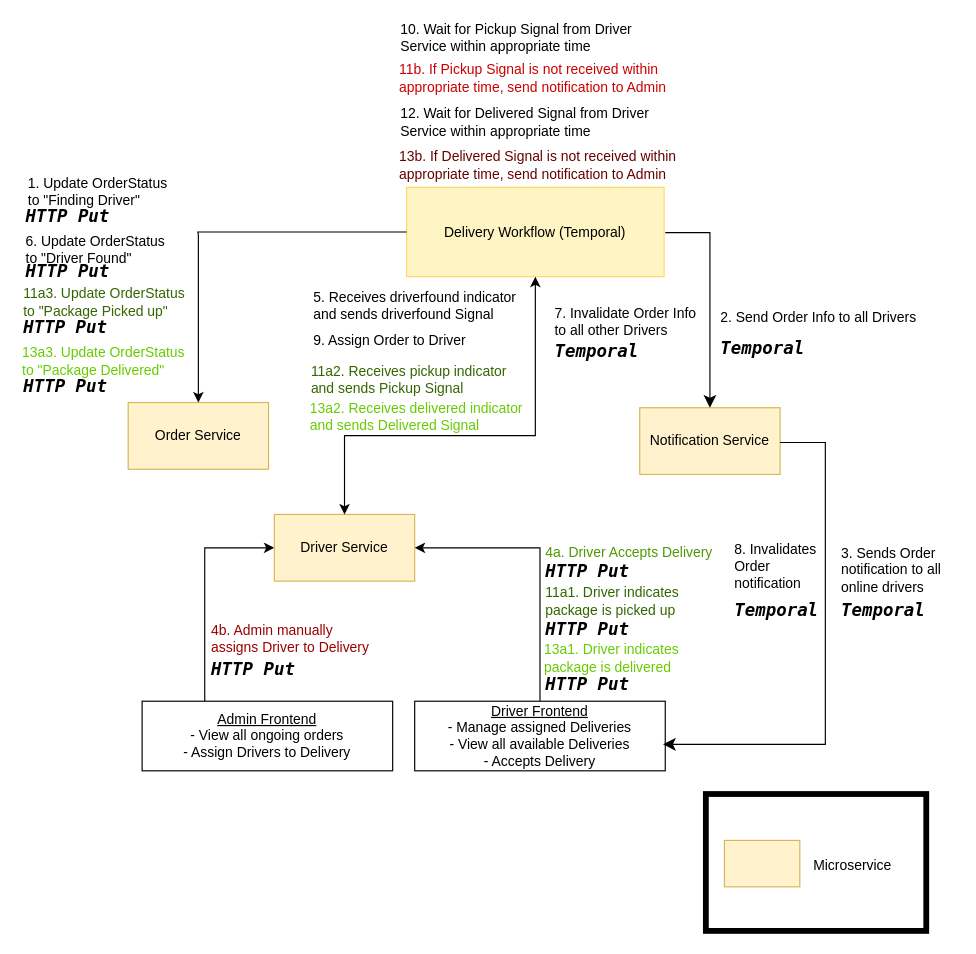
The draw.io diagram diagrams/Scenario3.drawio in darkliyznyanlin910/esd-2425T2, before the edit. Source tidied: cells renumbered, new cells numbered last; positions are measured from the earlier drawing's top-left corner, leaving out a move shared by most shapes. Both pictures are drawn from the tidied source at 116%, with x=0, y=0 at pixel (19, 20).
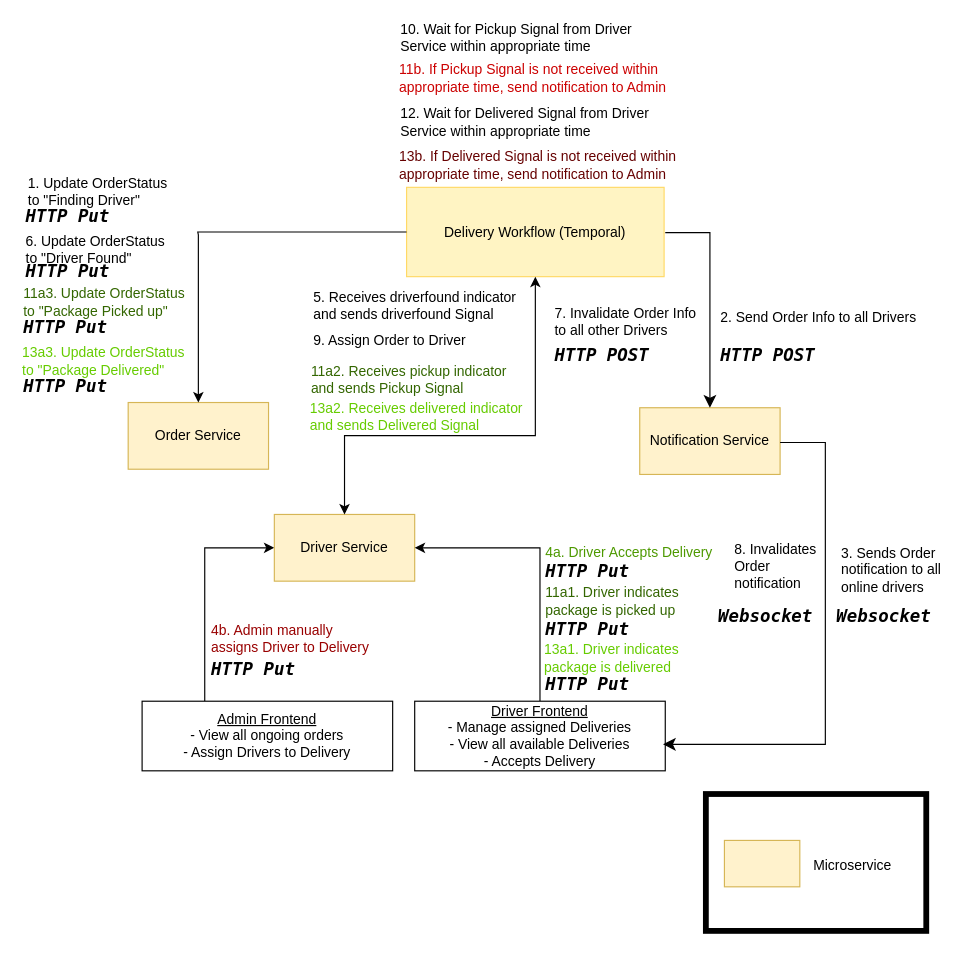
Above is the later version.

What changed in the source:
```diff
@@
-    <mxCell id="34" value="&lt;h5&gt;&lt;font style=&quot;font-size: 15px;&quot; face=&quot;Lucida Console&quot;&gt;&lt;i&gt;Temporal&lt;/i&gt;&lt;/font&gt;&lt;/h5&gt;" style="text;html=1;align=left;verticalAlign=middle;whiteSpace=wrap;rounded=0;" parent="1" vertex="1">
-      <mxGeometry x="707" y="493" width="100" height="30" as="geometry" />
+    <mxCell id="34" value="&lt;h5&gt;&lt;font style=&quot;font-size: 15px;&quot; face=&quot;Lucida Console&quot;&gt;&lt;i&gt;HTTP POST&lt;/i&gt;&lt;/font&gt;&lt;/h5&gt;" style="text;html=1;align=left;verticalAlign=middle;whiteSpace=wrap;rounded=0;" parent="1" vertex="1">
+      <mxGeometry x="603" y="273" width="100" height="30" as="geometry" />
     </mxCell>
-    <mxCell id="35" value="&lt;h5&gt;&lt;font face=&quot;Lucida Console&quot;&gt;&lt;span style=&quot;font-size: 15px;&quot;&gt;&lt;i&gt;Temporal&lt;/i&gt;&lt;/span&gt;&lt;/font&gt;&lt;/h5&gt;" style="text;html=1;align=left;verticalAlign=middle;whiteSpace=wrap;rounded=0;" parent="1" vertex="1">
-      <mxGeometry x="603" y="267" width="100" height="30" as="geometry" />
-    </mxCell>
@@
-    <mxCell id="44" value="&lt;h5&gt;&lt;font face=&quot;Lucida Console&quot;&gt;&lt;span style=&quot;font-size: 15px;&quot;&gt;&lt;i&gt;Temporal&lt;/i&gt;&lt;/span&gt;&lt;/font&gt;&lt;/h5&gt;" style="text;html=1;align=left;verticalAlign=middle;whiteSpace=wrap;rounded=0;" parent="1" vertex="1">
-      <mxGeometry x="460" y="269.5" width="100" height="30" as="geometry" />
-    </mxCell>
-    <mxCell id="45" value="&lt;h5&gt;&lt;font face=&quot;Lucida Console&quot;&gt;&lt;span style=&quot;font-size: 15px;&quot;&gt;&lt;i&gt;Temporal&lt;/i&gt;&lt;/span&gt;&lt;/font&gt;&lt;/h5&gt;" style="text;html=1;align=left;verticalAlign=middle;whiteSpace=wrap;rounded=0;" parent="1" vertex="1">
-      <mxGeometry x="615" y="493" width="100" height="30" as="geometry" />
+    <mxCell id="45" value="&lt;h5&gt;&lt;font face=&quot;Lucida Console&quot;&gt;&lt;span style=&quot;font-size: 15px;&quot;&gt;&lt;i&gt;Websocket&lt;/i&gt;&lt;/span&gt;&lt;/font&gt;&lt;/h5&gt;" style="text;html=1;align=left;verticalAlign=middle;whiteSpace=wrap;rounded=0;" parent="1" vertex="1">
+      <mxGeometry x="601" y="498" width="100" height="30" as="geometry" />
     </mxCell>
@@
+    <mxCell id="49" value="&lt;h5&gt;&lt;font style=&quot;font-size: 15px;&quot; face=&quot;Lucida Console&quot;&gt;&lt;i&gt;HTTP POST&lt;/i&gt;&lt;/font&gt;&lt;/h5&gt;" style="text;html=1;align=left;verticalAlign=middle;whiteSpace=wrap;rounded=0;" parent="1" vertex="1">
+      <mxGeometry x="460" y="273" width="100" height="30" as="geometry" />
+    </mxCell>
+    <mxCell id="50" value="&lt;h5&gt;&lt;font face=&quot;Lucida Console&quot;&gt;&lt;span style=&quot;font-size: 15px;&quot;&gt;&lt;i&gt;Websocket&lt;/i&gt;&lt;/span&gt;&lt;/font&gt;&lt;/h5&gt;" style="text;html=1;align=left;verticalAlign=middle;whiteSpace=wrap;rounded=0;" parent="1" vertex="1">
+      <mxGeometry x="703" y="498" width="100" height="30" as="geometry" />
+    </mxCell>
```
